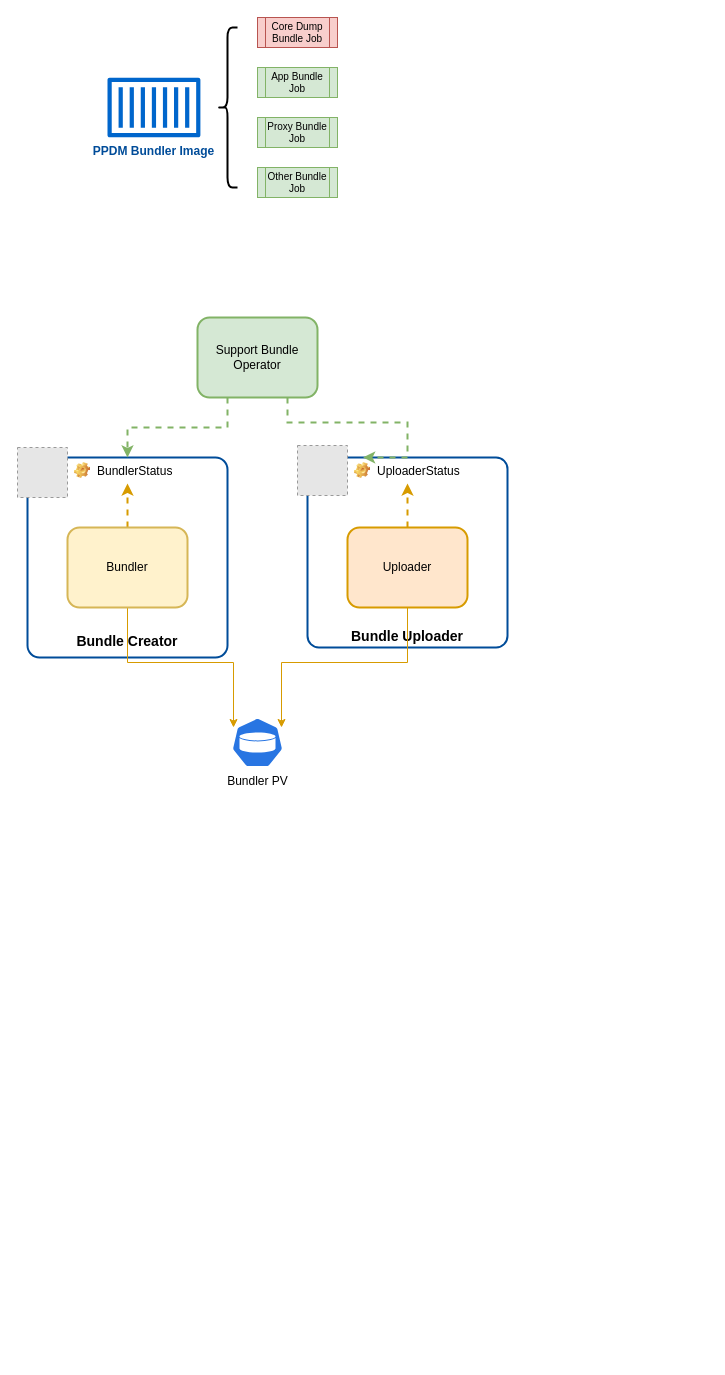
This is page "Bundler" (10 of 12) of st/K8S_Logging.drawio from gaivin/drawio, a draw.io file, before an edit. Source tidied: cells renumbered, new cells numbered last; positions are measured from the earlier drawing's top-left corner, leaving out a move shared by most shapes. Both pictures are drawn from the tidied source at 100%, with x=0, y=0 at pixel (17, 17). Pictures stored in the file or linked from it are replaced by grey dashed boxes.
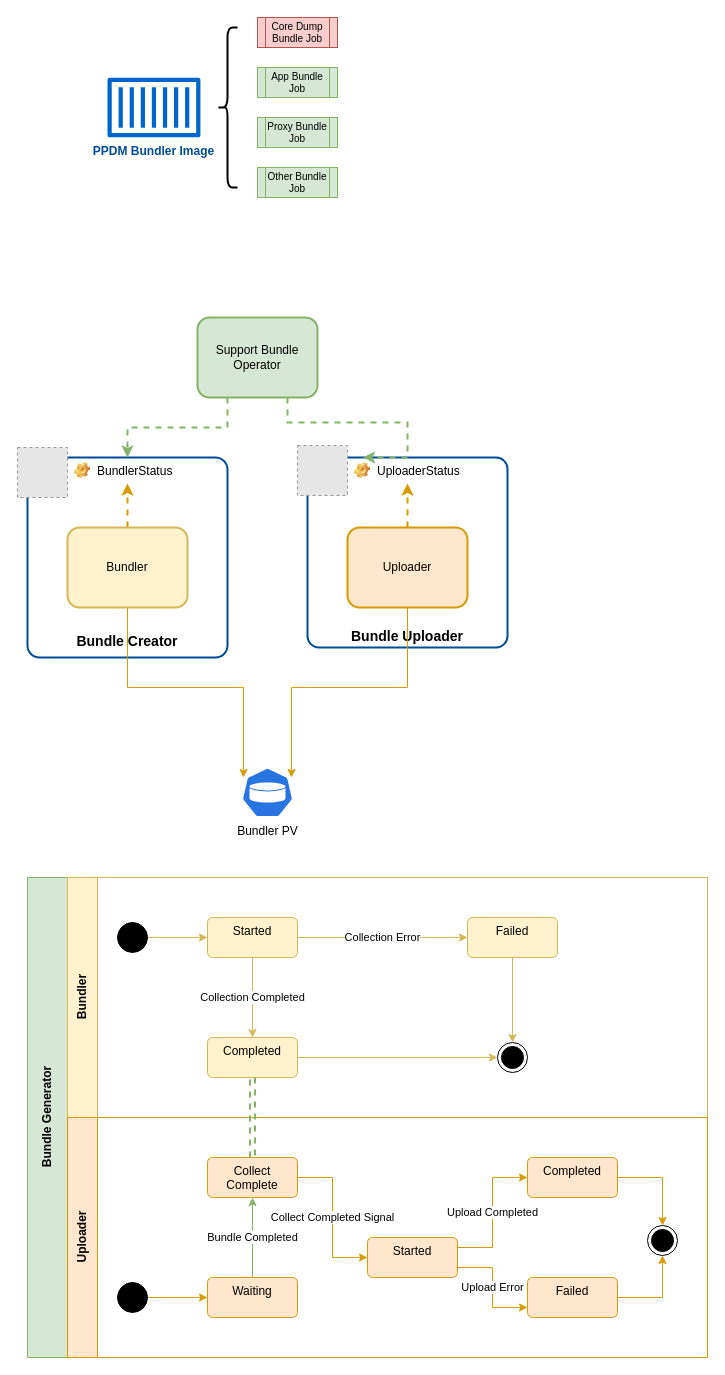
Above is the later version.

The edit, as a diff of the source:
```diff
@@
     <mxCell id="16" value="Bundler PV" style="sketch=0;html=1;dashed=0;whitespace=wrap;fillColor=#2875E2;strokeColor=#ffffff;points=[[0.005,0.63,0],[0.1,0.2,0],[0.9,0.2,0],[0.5,0,0],[0.995,0.63,0],[0.72,0.99,0],[0.5,1,0],[0.28,0.99,0]];verticalLabelPosition=bottom;align=center;verticalAlign=top;shape=mxgraph.kubernetes.icon;prIcon=pv;" parent="1" vertex="1">
-      <mxGeometry x="210" y="700" width="60" height="50" as="geometry" />
+      <mxGeometry x="220" y="750" width="60" height="50" as="geometry" />
     </mxCell>
@@
+    <mxCell id="24" value="Bundle Generator" style="swimlane;horizontal=0;startSize=40;html=1;fillColor=#d5e8d4;strokeColor=#82b366;" parent="1" vertex="1">
+      <mxGeometry x="10" y="860" width="680" height="480" as="geometry" />
+    </mxCell>
+    <mxCell id="25" value="Bundler" style="swimlane;startSize=30;horizontal=0;html=1;fillColor=#fff2cc;strokeColor=#d6b656;" parent="24" vertex="1">
+      <mxGeometry x="40" width="640" height="240" as="geometry" />
+    </mxCell>
+    <mxCell id="26" value="Started" style="html=1;align=center;verticalAlign=top;rounded=1;absoluteArcSize=1;arcSize=10;dashed=0;whiteSpace=wrap;fillColor=#fff2cc;strokeColor=#d6b656;" parent="25" vertex="1">
+      <mxGeometry x="140" y="40" width="90" height="40" as="geometry" />
+    </mxCell>
+    <mxCell id="27" style="edgeStyle=orthogonalEdgeStyle;rounded=0;jettySize=auto;html=1;entryX=0;entryY=0.5;entryDx=0;entryDy=0;fillColor=#fff2cc;strokeColor=#d6b656;" parent="25" edge="1" source="28" target="26">
+      <mxGeometry relative="1" as="geometry" />
+    </mxCell>
+    <mxCell id="28" style="ellipse;fillColor=strokeColor;html=1;" parent="25" vertex="1">
+      <mxGeometry x="50" y="45" width="30" height="30" as="geometry" />
+    </mxCell>
+    <mxCell id="29" value="Failed" style="html=1;align=center;verticalAlign=top;rounded=1;absoluteArcSize=1;arcSize=10;dashed=0;whiteSpace=wrap;fillColor=#fff2cc;strokeColor=#d6b656;" parent="25" vertex="1">
+      <mxGeometry x="400" y="40" width="90" height="40" as="geometry" />
+    </mxCell>
+    <mxCell id="30" value="Collection Error" style="edgeStyle=orthogonalEdgeStyle;rounded=0;jettySize=auto;html=1;fillColor=#fff2cc;strokeColor=#d6b656;" parent="25" edge="1" source="26" target="29">
+      <mxGeometry relative="1" as="geometry" />
+    </mxCell>
+    <mxCell id="31" value="Completed" style="html=1;align=center;verticalAlign=top;rounded=1;absoluteArcSize=1;arcSize=10;dashed=0;whiteSpace=wrap;fillColor=#fff2cc;strokeColor=#d6b656;" parent="25" vertex="1">
+      <mxGeometry x="140" y="160" width="90" height="40" as="geometry" />
+    </mxCell>
+    <mxCell id="32" value="Collection Completed" style="edgeStyle=orthogonalEdgeStyle;rounded=0;jettySize=auto;html=1;fillColor=#fff2cc;strokeColor=#d6b656;" parent="25" edge="1" source="26" target="31">
+      <mxGeometry relative="1" as="geometry" />
+    </mxCell>
+    <mxCell id="33" style="ellipse;html=1;shape=endState;fillColor=strokeColor;" parent="25" vertex="1">
+      <mxGeometry x="430" y="165" width="30" height="30" as="geometry" />
+    </mxCell>
+    <mxCell id="34" style="edgeStyle=orthogonalEdgeStyle;rounded=0;jettySize=auto;html=1;exitX=0.5;exitY=1;exitDx=0;exitDy=0;fillColor=#fff2cc;strokeColor=#d6b656;" parent="25" edge="1" source="29" target="33">
+      <mxGeometry relative="1" as="geometry" />
+    </mxCell>
+    <mxCell id="35" style="edgeStyle=orthogonalEdgeStyle;rounded=0;jettySize=auto;html=1;exitX=1;exitY=0.5;exitDx=0;exitDy=0;fillColor=#fff2cc;strokeColor=#d6b656;" parent="25" edge="1" source="31" target="33">
+      <mxGeometry relative="1" as="geometry" />
+    </mxCell>
+    <mxCell id="36" value="Uploader" style="swimlane;startSize=30;horizontal=0;html=1;fillColor=#ffe6cc;strokeColor=#d79b00;" parent="24" vertex="1">
+      <mxGeometry x="40" y="240" width="640" height="240" as="geometry" />
+    </mxCell>
+    <mxCell id="37" value="Bundle Completed" style="edgeStyle=orthogonalEdgeStyle;rounded=0;jettySize=auto;html=1;fillColor=#d5e8d4;strokeColor=#82b366;" parent="36" edge="1" source="38" target="44">
+      <mxGeometry relative="1" as="geometry" />
+    </mxCell>
+    <mxCell id="38" value="Waiting" style="html=1;align=center;verticalAlign=top;rounded=1;absoluteArcSize=1;arcSize=10;dashed=0;whiteSpace=wrap;fillColor=#ffe6cc;strokeColor=#d79b00;" parent="36" vertex="1">
+      <mxGeometry x="140" y="160" width="90" height="40" as="geometry" />
+    </mxCell>
+    <mxCell id="39" style="edgeStyle=orthogonalEdgeStyle;rounded=0;jettySize=auto;html=1;entryX=0;entryY=0.5;entryDx=0;entryDy=0;fillColor=#ffe6cc;strokeColor=#d79b00;" parent="36" edge="1" source="40" target="38">
+      <mxGeometry relative="1" as="geometry" />
+    </mxCell>
+    <mxCell id="40" style="ellipse;fillColor=strokeColor;html=1;" parent="36" vertex="1">
+      <mxGeometry x="50" y="165" width="30" height="30" as="geometry" />
+    </mxCell>
+    <mxCell id="41" value="Failed" style="html=1;align=center;verticalAlign=top;rounded=1;absoluteArcSize=1;arcSize=10;dashed=0;whiteSpace=wrap;fillColor=#ffe6cc;strokeColor=#d79b00;" parent="36" vertex="1">
+      <mxGeometry x="460" y="160" width="90" height="40" as="geometry" />
+    </mxCell>
+    <mxCell id="42" value="Upload Error" style="edgeStyle=orthogonalEdgeStyle;rounded=0;jettySize=auto;html=1;entryX=0;entryY=0.75;entryDx=0;entryDy=0;entryPerimeter=0;exitX=1;exitY=0.75;exitDx=0;exitDy=0;fillColor=#ffe6cc;strokeColor=#d79b00;" parent="36" edge="1" source="50" target="41">
+      <mxGeometry relative="1" as="geometry" />
+    </mxCell>
+    <mxCell id="43" value="Collect Completed Signal" style="edgeStyle=orthogonalEdgeStyle;rounded=0;jettySize=auto;html=1;entryX=0;entryY=0.5;entryDx=0;entryDy=0;fillColor=#ffe6cc;strokeColor=#d79b00;" parent="36" edge="1" source="44" target="50">
+      <mxGeometry relative="1" as="geometry" />
+    </mxCell>
+    <mxCell id="44" value="Collect Complete&lt;span style=&quot;color: rgb(36, 41, 47); font-family: ui-monospace, SFMono-Regular, &amp;quot;SF Mono&amp;quot;, Menlo, Consolas, &amp;quot;Liberation Mono&amp;quot;, monospace; text-align: start; background-color: rgb(255, 255, 255);&quot;&gt; &lt;/span&gt;" style="html=1;align=center;verticalAlign=top;rounded=1;absoluteArcSize=1;arcSize=10;dashed=0;whiteSpace=wrap;fillColor=#ffe6cc;strokeColor=#d79b00;" parent="36" vertex="1">
+      <mxGeometry x="140" y="40" width="90" height="40" as="geometry" />
+    </mxCell>
+    <mxCell id="45" style="ellipse;html=1;shape=endState;fillColor=strokeColor;" parent="36" vertex="1">
+      <mxGeometry x="580" y="108" width="30" height="30" as="geometry" />
+    </mxCell>
+    <mxCell id="46" style="edgeStyle=orthogonalEdgeStyle;rounded=0;jettySize=auto;html=1;fillColor=#ffe6cc;strokeColor=#d79b00;" parent="36" edge="1" source="41" target="45">
+      <mxGeometry relative="1" as="geometry" />
+    </mxCell>
+    <mxCell id="47" value="Upload Completed" style="edgeStyle=orthogonalEdgeStyle;rounded=0;jettySize=auto;html=1;entryX=0;entryY=0.5;entryDx=0;entryDy=0;exitX=1;exitY=0.25;exitDx=0;exitDy=0;fillColor=#ffe6cc;strokeColor=#d79b00;" parent="36" edge="1" source="50" target="49">
+      <mxGeometry relative="1" as="geometry" />
+    </mxCell>
+    <mxCell id="48" style="edgeStyle=orthogonalEdgeStyle;rounded=0;jettySize=auto;html=1;exitX=1;exitY=0.5;exitDx=0;exitDy=0;fillColor=#ffe6cc;strokeColor=#d79b00;" parent="36" edge="1" source="49" target="45">
+      <mxGeometry relative="1" as="geometry" />
+    </mxCell>
+    <mxCell id="49" value="Completed" style="html=1;align=center;verticalAlign=top;rounded=1;absoluteArcSize=1;arcSize=10;dashed=0;whiteSpace=wrap;fillColor=#ffe6cc;strokeColor=#d79b00;" parent="36" vertex="1">
+      <mxGeometry x="460" y="40" width="90" height="40" as="geometry" />
+    </mxCell>
+    <mxCell id="50" value="Started&lt;span style=&quot;color: rgb(36, 41, 47); font-family: ui-monospace, SFMono-Regular, &amp;quot;SF Mono&amp;quot;, Menlo, Consolas, &amp;quot;Liberation Mono&amp;quot;, monospace; text-align: start; background-color: rgb(255, 255, 255);&quot;&gt;&lt;/span&gt;" style="html=1;align=center;verticalAlign=top;rounded=1;absoluteArcSize=1;arcSize=10;dashed=0;whiteSpace=wrap;fillColor=#ffe6cc;strokeColor=#d79b00;" parent="36" vertex="1">
+      <mxGeometry x="300" y="120" width="90" height="40" as="geometry" />
+    </mxCell>
+    <mxCell id="51" style="edgeStyle=orthogonalEdgeStyle;rounded=0;jettySize=auto;html=1;exitX=0.5;exitY=1;exitDx=0;exitDy=0;entryX=0.5;entryY=0;entryDx=0;entryDy=0;dashed=1;strokeWidth=2;fillColor=#d5e8d4;strokeColor=#82b366;endArrow=none;endFill=0;shape=link;" parent="24" edge="1" source="31" target="44">
+      <mxGeometry relative="1" as="geometry" />
+    </mxCell>
```
